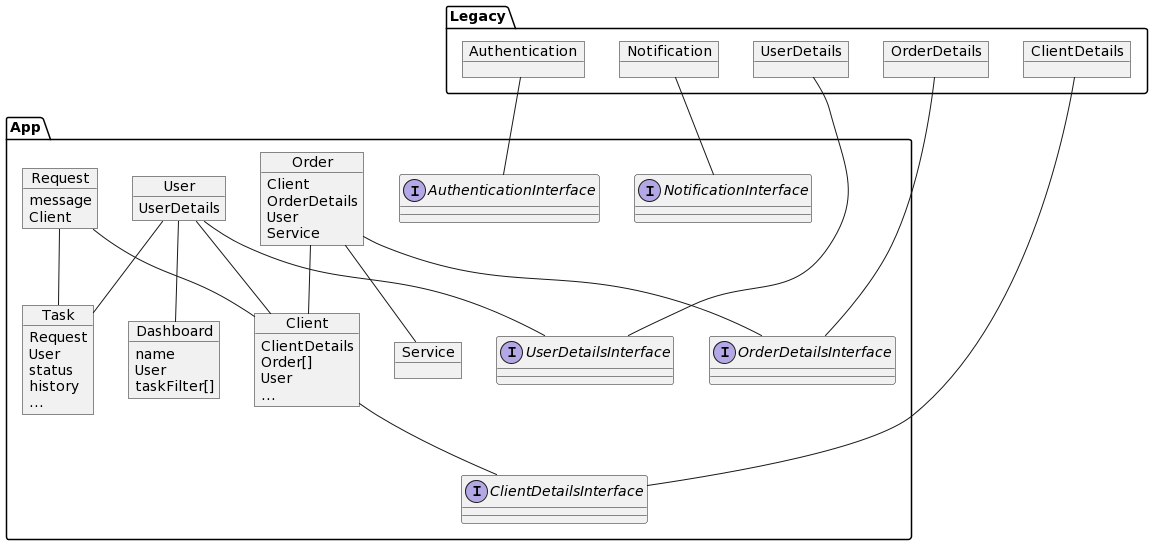
Above: docs/first-uml/Entity.png in mrr000/gb-coursework (PlantUML), before the change. Source of this version:
```plantuml
@startuml
package Legacy {

    object Notification
    object Authentication
    object ClientDetails
    object OrderDetails
    object UserDetails

}

package App {

    interface UserDetailsInterface
    interface NotificationInterface
    interface AuthenticationInterface
    interface ClientDetailsInterface
    interface OrderDetailsInterface

    object User {
        UserDetails
    }

    object Client {
        ClientDetails
        Order[]
        User
        ...
    }

    object Order {
        Client
        OrderDetails
        User
        Service
    }

    object Service {
    }

    object Request {
        message
        Client
    }

    object Dashboard {
        name
        User
        taskFilter[]
    }

    object Task {
        Request
        User
        status
        history
        ...
    }

}

Order -- Service
Order -- Client
Request -- Client
Request -- Task
User -- Task
User -- Client
User -- Dashboard
User -- UserDetailsInterface
Client -- ClientDetailsInterface
Order -- OrderDetailsInterface


Notification -- NotificationInterface
Authentication -- AuthenticationInterface
UserDetails -- UserDetailsInterface
ClientDetails -- ClientDetailsInterface
OrderDetails -- OrderDetailsInterface
@enduml
```
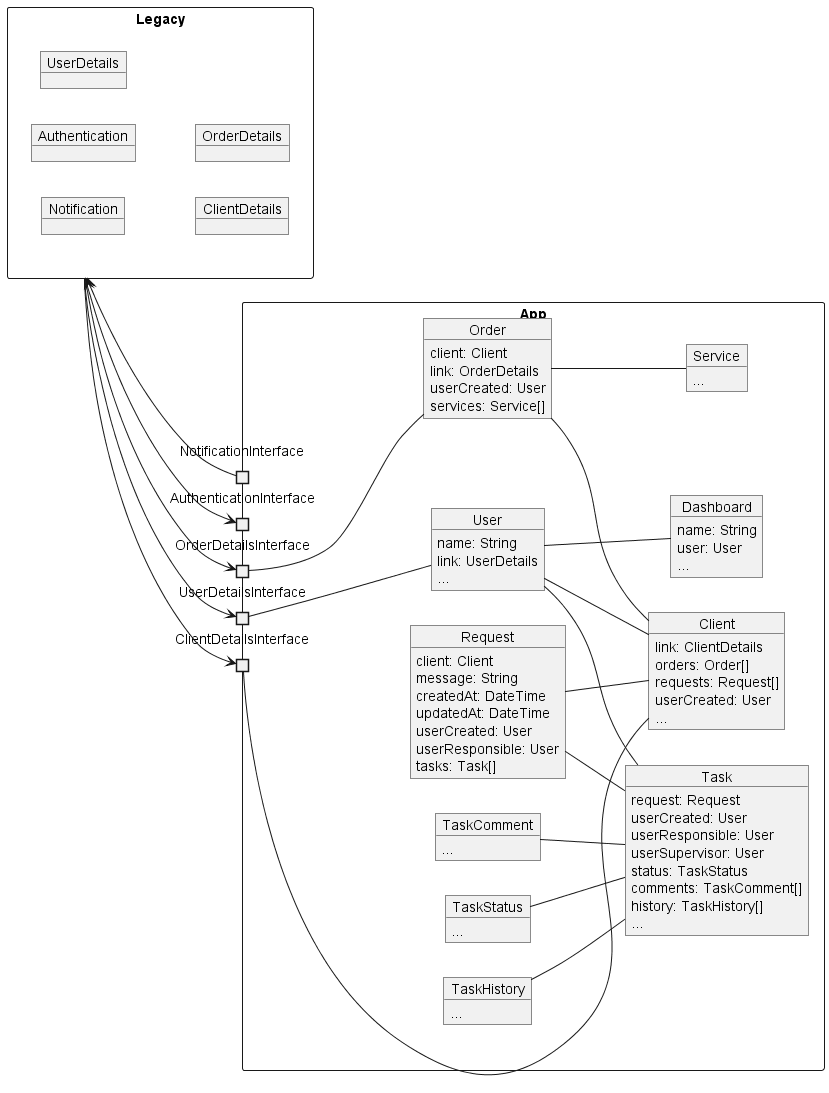
Later version of the same file.

The edit, as a diff of the source:
```diff
@@ -1,62 +1,87 @@
-@startuml
-package Legacy {
+@startuml Entity
+allowmixing
+left to right direction
+skinparam packageStyle rectangle
+skinparam componentStyle rectangle
 
-    object Notification
-    object Authentication
-    object ClientDetails
-    object OrderDetails
-    object UserDetails
-
-}
-
-package App {
-
-    interface UserDetailsInterface
-    interface NotificationInterface
-    interface AuthenticationInterface
-    interface ClientDetailsInterface
-    interface OrderDetailsInterface
+component App {
+    port UserDetailsInterface
+    port NotificationInterface
+    port AuthenticationInterface
+    port ClientDetailsInterface
+    port OrderDetailsInterface
 
     object User {
-        UserDetails
+        name: String
+        link: UserDetails
+        ...
     }
 
     object Client {
-        ClientDetails
-        Order[]
-        User
+        link: ClientDetails
+        orders: Order[]
+        requests: Request[]
+        userCreated: User
         ...
     }
 
     object Order {
-        Client
-        OrderDetails
-        User
-        Service
+        client: Client
+        link: OrderDetails
+        userCreated: User
+        services: Service[]
     }
 
     object Service {
+        ...
     }
 
     object Request {
-        message
-        Client
+        client: Client
+        message: String
+        createdAt: DateTime
+        updatedAt: DateTime
+        userCreated: User
+        userResponsible: User
+        tasks: Task[]
     }
 
     object Dashboard {
-        name
-        User
-        taskFilter[]
+        name: String
+        user: User
+        ...
     }
 
     object Task {
-        Request
-        User
-        status
-        history
+        request: Request
+        userCreated: User
+        userResponsible: User
+        userSupervisor: User
+        status: TaskStatus
+        comments: TaskComment[]
+        history: TaskHistory[]
         ...
     }
 
+    object TaskStatus {
+        ...
+    }
+
+    object TaskHistory {
+        ...
+    }
+
+    object TaskComment {
+        ...
+    }
+}
+
+component Legacy {
+    object Notification
+    object Authentication
+    object UserDetails
+    object ClientDetails
+    object OrderDetails
 }
 
 Order -- Service
@@ -66,14 +91,19 @@
 User -- Task
 User -- Client
 User -- Dashboard
-User -- UserDetailsInterface
-Client -- ClientDetailsInterface
-Order -- OrderDetailsInterface
+TaskStatus -- Task
+TaskHistory -- Task
+TaskComment -- Task
 
 
-Notification -- NotificationInterface
-Authentication -- AuthenticationInterface
-UserDetails -- UserDetailsInterface
-ClientDetails -- ClientDetailsInterface
-OrderDetails -- OrderDetailsInterface
+OrderDetailsInterface --- Order
+UserDetailsInterface --- User
+ClientDetailsInterface --- Client
+
+Legacy <-- NotificationInterface
+Legacy <--> AuthenticationInterface
+Legacy --> UserDetailsInterface
+Legacy --> ClientDetailsInterface
+Legacy --> OrderDetailsInterface
+
 @enduml
```
